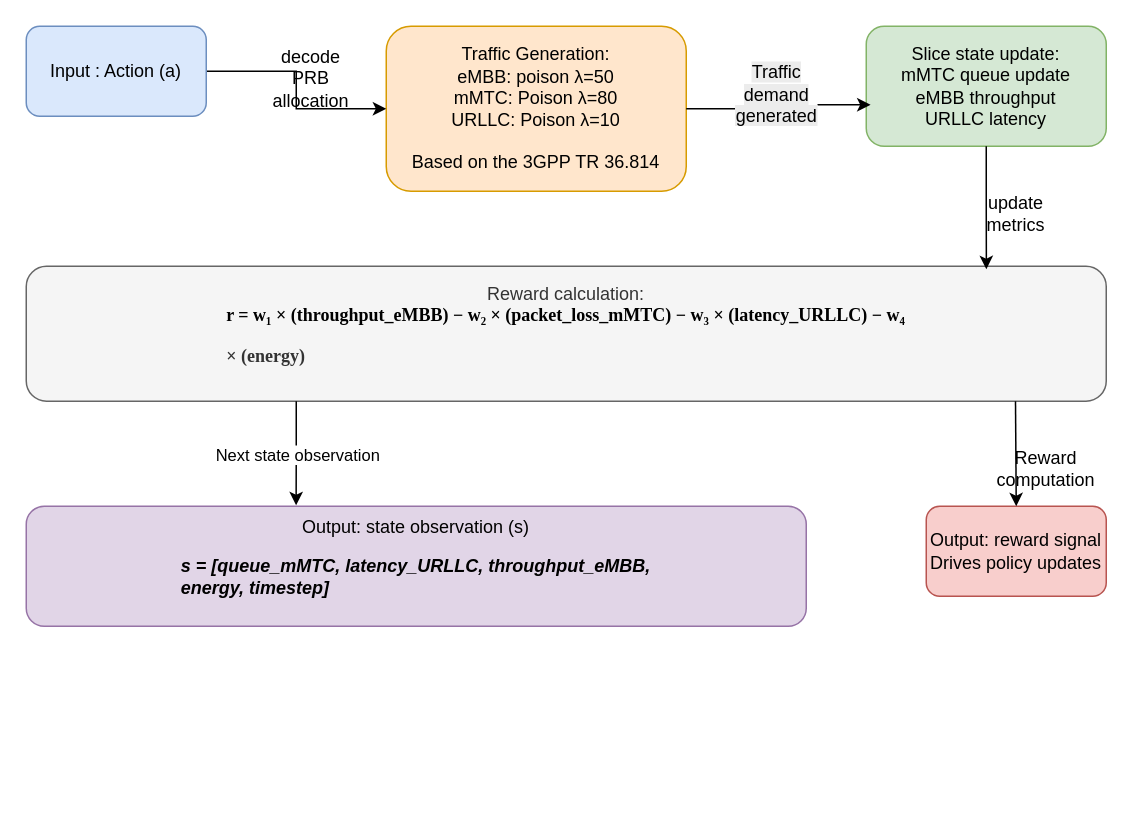
Above: Simulation Environment.drawio in Anita-J-Kimutai/Project (draw.io), before the change. Source tidied: cells renumbered, new cells numbered last; positions are measured from the earlier drawing's top-left corner, leaving out a move shared by most shapes. Both pictures are drawn from the tidied source at 150%, with x=0, y=0 at pixel (26, 26).
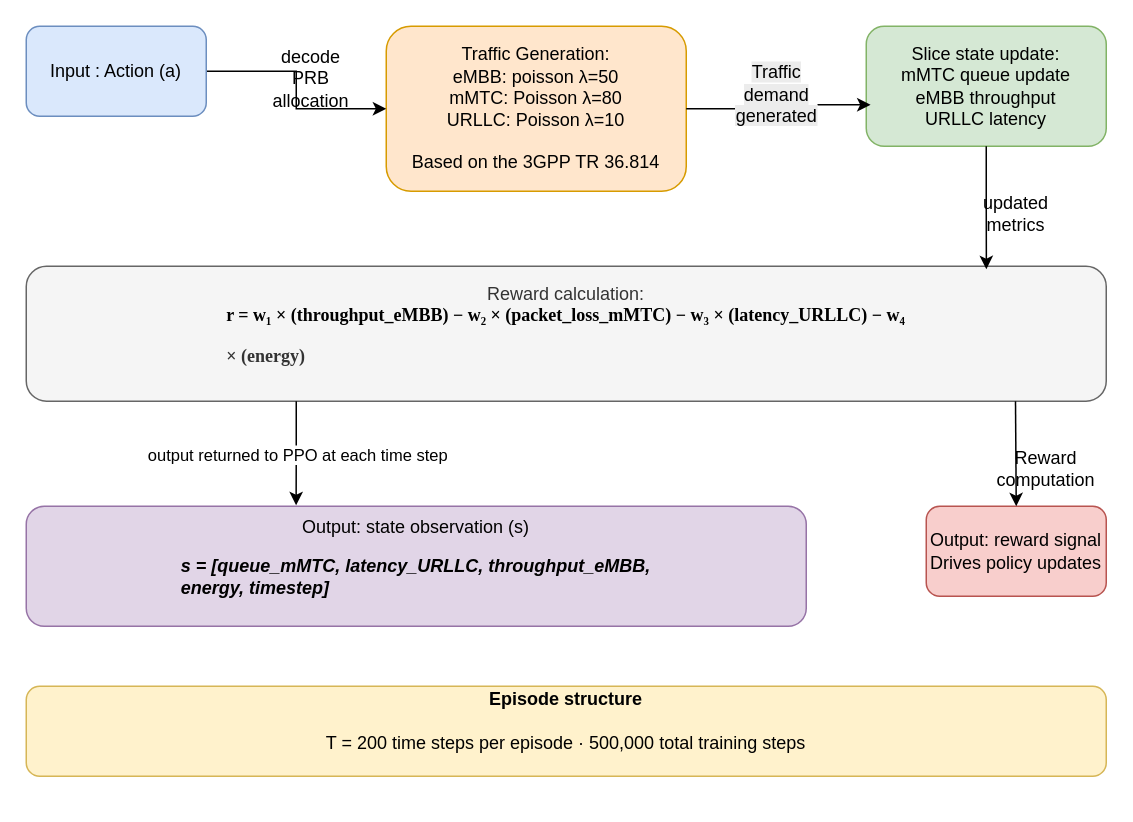
Above is the later version.

The change refers to these unchanged cells:
```xml
<mxCell id="10" style="edgeStyle=orthogonalEdgeStyle;rounded=0;jettySize=auto;html=1;exitX=0.25;exitY=1;exitDx=0;exitDy=0;entryX=0.346;entryY=-0.008;entryDx=0;entryDy=0;entryPerimeter=0;" parent="2" edge="1" source="8" target="6">
  <mxGeometry relative="1" as="geometry" />
</mxCell>
```

The edit, as a diff of the source:
```diff
@@
+    <mxCell id="18" style="group;" parent="1" vertex="1">
+      <mxGeometry width="720" height="500" as="geometry" />
+    </mxCell>
-    <mxCell id="2" style="group;" parent="1" vertex="1">
+    <mxCell id="2" style="group;" parent="18" vertex="1">
       <mxGeometry width="720" height="400" as="geometry" />
     </mxCell>
-    <mxCell id="3" value="Traffic Generation:&lt;div&gt;eMBB: poison&amp;nbsp;λ=50&lt;/div&gt;&lt;div&gt;mMTC: Poison&amp;nbsp;λ=80&lt;/div&gt;&lt;div&gt;URLLC: Poison&amp;nbsp;λ=10&lt;/div&gt;&lt;div&gt;&lt;br&gt;&lt;/div&gt;&lt;div&gt;Based on the 3GPP TR 36.814&lt;/div&gt;" style="rounded=1;whiteSpace=wrap;html=1;fillColor=#ffe6cc;strokeColor=#d79b00;" parent="2" vertex="1">
+    <mxCell id="3" value="Traffic Generation:&lt;div&gt;eMBB: poisson&amp;nbsp;λ=50&lt;/div&gt;&lt;div&gt;mMTC: Poisson&amp;nbsp;λ=80&lt;/div&gt;&lt;div&gt;URLLC: Poisson&amp;nbsp;λ=10&lt;/div&gt;&lt;div&gt;&lt;br&gt;&lt;/div&gt;&lt;div&gt;Based on the 3GPP TR 36.814&lt;/div&gt;" style="rounded=1;whiteSpace=wrap;html=1;fillColor=#ffe6cc;strokeColor=#d79b00;" parent="2" vertex="1">
       <mxGeometry x="240" width="200" height="110" as="geometry" />
     </mxCell>
@@
-    <mxCell id="11" value="Next state observation" style="edgeLabel;html=1;align=center;verticalAlign=middle;" parent="10" vertex="1">
+    <mxCell id="11" value="output returned to PPO at each time step" style="edgeLabel;html=1;align=center;verticalAlign=middle;" parent="10" vertex="1">
       <mxGeometry x="0.05" y="1" relative="1" as="geometry" />
     </mxCell>
@@
-    <mxCell id="14" value="update metrics" style="text;html=1;whiteSpace=wrap;strokeColor=none;fillColor=none;align=center;verticalAlign=middle;rounded=0;" parent="2" vertex="1">
+    <mxCell id="14" value="updated metrics" style="text;html=1;whiteSpace=wrap;strokeColor=none;fillColor=none;align=center;verticalAlign=middle;rounded=0;" parent="2" vertex="1">
       <mxGeometry x="620" y="110" width="80" height="30" as="geometry" />
     </mxCell>
@@
+    <mxCell id="19" value="&#10;&lt;strong&gt;Episode structure&lt;/strong&gt;&lt;br&gt;&#10;T = 200 time steps per episode · 500,000 total training steps&#10;&#10;" style="rounded=1;whiteSpace=wrap;html=1;fillColor=#fff2cc;strokeColor=#d6b656;" parent="18" vertex="1">
+      <mxGeometry y="440" width="720" height="60" as="geometry" />
+    </mxCell>
```
